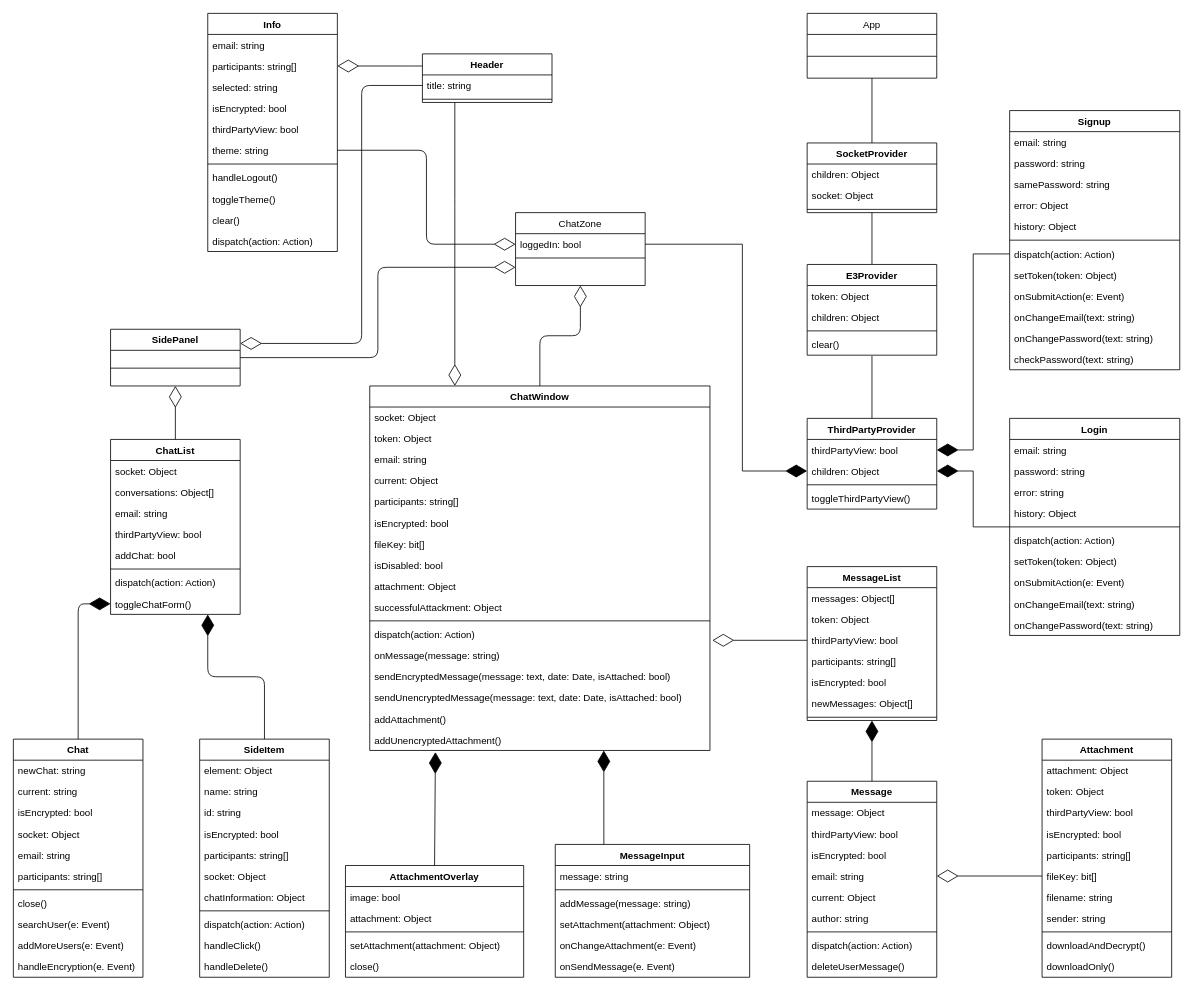
m-daniela/chat-app keeps this draw.io diagram as Notes/Final/Media/Diagrams/final.drawio. Above is the earlier version. Source tidied: cells renumbered, new cells numbered last; positions are measured from the earlier drawing's top-left corner, leaving out a move shared by most shapes. Both pictures are drawn from the tidied source at 81%, with x=0, y=0 at pixel (13, 13).
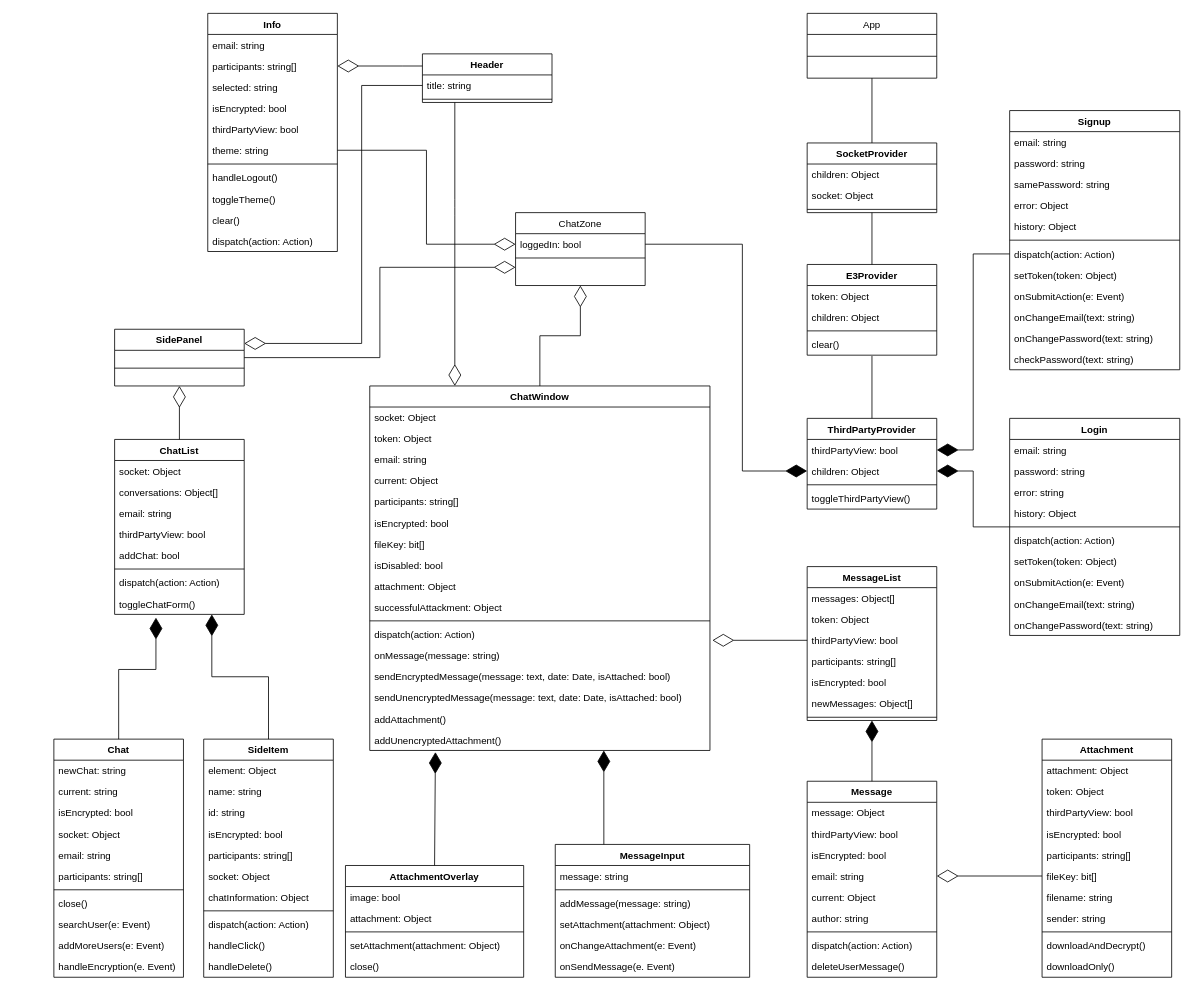
Above is the later version.

The change refers to these unchanged cells:
```xml
<mxCell id="4" value="ChatZone" style="swimlane;fontStyle=0;align=center;verticalAlign=top;horizontal=1;startSize=26;rounded=0;shadow=0;strokeWidth=1;" parent="1" vertex="1">
  <mxGeometry x="620" y="246" width="160" height="90" as="geometry" />
</mxCell>
<mxCell id="5" value="loggedIn: bool" style="text;align=left;verticalAlign=top;spacingLeft=4;spacingRight=4;overflow=hidden;points=[[0,0.5],[1,0.5]];portConstraint=eastwest;" parent="4" vertex="1">
  <mxGeometry y="26" width="160" height="26" as="geometry" />
</mxCell>
<mxCell id="38" value="participants: string[]" style="text;strokeColor=none;fillColor=none;align=left;verticalAlign=top;spacingLeft=4;spacingRight=4;overflow=hidden;points=[[0,0.5],[1,0.5]];portConstraint=eastwest;" parent="36" vertex="1">
  <mxGeometry y="52" width="160" height="26" as="geometry" />
</mxCell>
<mxCell id="42" value="theme: string" style="text;strokeColor=none;fillColor=none;align=left;verticalAlign=top;spacingLeft=4;spacingRight=4;overflow=hidden;points=[[0,0.5],[1,0.5]];portConstraint=eastwest;" parent="36" vertex="1">
  <mxGeometry y="156" width="160" height="26" as="geometry" />
</mxCell>
<mxCell id="48" value="Header" style="swimlane;fontStyle=1;align=center;verticalAlign=top;horizontal=1;startSize=26;" parent="1" vertex="1">
  <mxGeometry x="505" y="50" width="160" height="60" as="geometry" />
</mxCell>
<mxCell id="49" value="title: string" style="text;strokeColor=none;fillColor=none;align=left;verticalAlign=top;spacingLeft=4;spacingRight=4;overflow=hidden;points=[[0,0.5],[1,0.5]];portConstraint=eastwest;" parent="48" vertex="1">
  <mxGeometry y="26" width="160" height="26" as="geometry" />
</mxCell>
<mxCell id="61" value="toggleChatForm()" style="text;strokeColor=none;fillColor=none;align=left;verticalAlign=top;spacingLeft=4;spacingRight=4;overflow=hidden;points=[[0,0.5],[1,0.5]];portConstraint=eastwest;" parent="53" vertex="1">
  <mxGeometry y="190" width="160" height="26" as="geometry" />
</mxCell>
<mxCell id="95" value="ChatWindow" style="swimlane;fontStyle=1;align=center;verticalAlign=top;horizontal=1;startSize=26;" parent="1" vertex="1">
  <mxGeometry x="440" y="460" width="420" height="450" as="geometry" />
</mxCell>
```

Diff of the diagram source:
```diff
@@
     <mxCell id="51" value="SidePanel" style="swimlane;fontStyle=1;align=center;verticalAlign=top;horizontal=1;startSize=26;" parent="1" vertex="1">
-      <mxGeometry x="120" y="390" width="160" height="70" as="geometry" />
+      <mxGeometry x="125" y="390" width="160" height="70" as="geometry" />
     </mxCell>
@@
     <mxCell id="53" value="ChatList" style="swimlane;fontStyle=1;align=center;verticalAlign=top;horizontal=1;startSize=26;" parent="1" vertex="1">
-      <mxGeometry x="120" y="526" width="160" height="216" as="geometry" />
+      <mxGeometry x="125" y="526" width="160" height="216" as="geometry" />
     </mxCell>
@@
     <mxCell id="71" value="Chat" style="swimlane;fontStyle=1;align=center;verticalAlign=top;horizontal=1;startSize=26;" parent="1" vertex="1">
-      <mxGeometry y="896" width="160" height="294" as="geometry" />
+      <mxGeometry x="50" y="896" width="160" height="294" as="geometry" />
     </mxCell>
@@
     <mxCell id="83" value="SideItem" style="swimlane;fontStyle=1;align=center;verticalAlign=top;horizontal=1;startSize=26;" parent="1" vertex="1">
-      <mxGeometry x="230" y="896" width="160" height="294" as="geometry" />
+      <mxGeometry x="235" y="896" width="160" height="294" as="geometry" />
     </mxCell>
@@
-    <mxCell id="162" style="endArrow=diamondThin;endFill=0;endSize=24;html=1;exitX=1;exitY=0.5;exitDx=0;exitDy=0;entryX=0;entryY=0.5;entryDx=0;entryDy=0;edgeStyle=orthogonalEdgeStyle;" parent="1" edge="1" source="42" target="5">
+    <mxCell id="162" style="endArrow=diamondThin;endFill=0;endSize=24;html=1;exitX=1;exitY=0.5;exitDx=0;exitDy=0;entryX=0;entryY=0.5;entryDx=0;entryDy=0;edgeStyle=orthogonalEdgeStyle;rounded=0;" parent="1" edge="1" source="42" target="5">
       <mxGeometry relative="1" as="geometry" />
     </mxCell>
-    <mxCell id="163" style="endArrow=diamondThin;endFill=0;endSize=24;html=1;entryX=0;entryY=0.75;entryDx=0;entryDy=0;exitX=1;exitY=0.5;exitDx=0;exitDy=0;edgeStyle=orthogonalEdgeStyle;" parent="1" edge="1" source="51" target="4">
+    <mxCell id="163" style="endArrow=diamondThin;endFill=0;endSize=24;html=1;entryX=0;entryY=0.75;entryDx=0;entryDy=0;exitX=1;exitY=0.5;exitDx=0;exitDy=0;edgeStyle=orthogonalEdgeStyle;rounded=0;" parent="1" edge="1" source="51" target="4">
       <mxGeometry relative="1" as="geometry" />
     </mxCell>
-    <mxCell id="164" style="endArrow=diamondThin;endFill=0;endSize=24;html=1;entryX=0.5;entryY=1;entryDx=0;entryDy=0;exitX=0.5;exitY=0;exitDx=0;exitDy=0;edgeStyle=orthogonalEdgeStyle;" parent="1" edge="1" source="95" target="4">
+    <mxCell id="164" style="endArrow=diamondThin;endFill=0;endSize=24;html=1;entryX=0.5;entryY=1;entryDx=0;entryDy=0;exitX=0.5;exitY=0;exitDx=0;exitDy=0;edgeStyle=orthogonalEdgeStyle;rounded=0;" parent="1" edge="1" source="95" target="4">
       <mxGeometry relative="1" as="geometry" />
     </mxCell>
@@
-    <mxCell id="166" style="endArrow=diamondThin;endFill=0;endSize=24;html=1;entryX=1;entryY=0.25;entryDx=0;entryDy=0;exitX=0;exitY=0.5;exitDx=0;exitDy=0;edgeStyle=orthogonalEdgeStyle;" parent="1" edge="1" source="49" target="51">
+    <mxCell id="166" style="endArrow=diamondThin;endFill=0;endSize=24;html=1;entryX=1;entryY=0.25;entryDx=0;entryDy=0;exitX=0;exitY=0.5;exitDx=0;exitDy=0;edgeStyle=orthogonalEdgeStyle;rounded=0;" parent="1" edge="1" source="49" target="51">
       <mxGeometry relative="1" as="geometry">
         <Array as="points">
           <mxPoint x="430" y="89" />
           <mxPoint x="430" y="408" />
         </Array>
       </mxGeometry>
     </mxCell>
-    <mxCell id="167" style="endArrow=diamondThin;endFill=0;endSize=24;html=1;entryX=1;entryY=0.5;entryDx=0;entryDy=0;exitX=0;exitY=0.25;exitDx=0;exitDy=0;edgeStyle=orthogonalEdgeStyle;" parent="1" edge="1" source="48" target="38">
+    <mxCell id="167" style="endArrow=diamondThin;endFill=0;endSize=24;html=1;entryX=1;entryY=0.5;entryDx=0;entryDy=0;exitX=0;exitY=0.25;exitDx=0;exitDy=0;edgeStyle=orthogonalEdgeStyle;rounded=0;" parent="1" edge="1" source="48" target="38">
       <mxGeometry relative="1" as="geometry">
         <Array as="points">
           <mxPoint x="480" y="65" />
           <mxPoint x="480" y="65" />
         </Array>
       </mxGeometry>
     </mxCell>
@@
-    <mxCell id="169" style="endArrow=diamondThin;endFill=1;endSize=24;html=1;exitX=0.5;exitY=0;exitDx=0;exitDy=0;entryX=0;entryY=0.5;entryDx=0;entryDy=0;edgeStyle=orthogonalEdgeStyle;" parent="1" edge="1" source="71" target="61">
-      <mxGeometry relative="1" as="geometry" />
+    <mxCell id="169" style="endArrow=diamondThin;endFill=1;endSize=24;html=1;exitX=0.5;exitY=0;exitDx=0;exitDy=0;edgeStyle=orthogonalEdgeStyle;rounded=0;entryX=0.319;entryY=1.154;entryDx=0;entryDy=0;entryPerimeter=0;" parent="1" edge="1" source="71" target="61">
+      <mxGeometry relative="1" as="geometry">
+        <Array as="points">
+          <mxPoint x="130" y="810" />
+          <mxPoint x="176" y="810" />
+        </Array>
+      </mxGeometry>
     </mxCell>
-    <mxCell id="170" style="endArrow=diamondThin;endFill=1;endSize=24;html=1;entryX=0.75;entryY=1;entryDx=0;entryDy=0;exitX=0.5;exitY=0;exitDx=0;exitDy=0;edgeStyle=orthogonalEdgeStyle;" parent="1" edge="1" source="83" target="53">
+    <mxCell id="170" style="endArrow=diamondThin;endFill=1;endSize=24;html=1;entryX=0.75;entryY=1;entryDx=0;entryDy=0;exitX=0.5;exitY=0;exitDx=0;exitDy=0;edgeStyle=orthogonalEdgeStyle;rounded=0;" parent="1" edge="1" source="83" target="53">
       <mxGeometry relative="1" as="geometry" />
     </mxCell>
```
